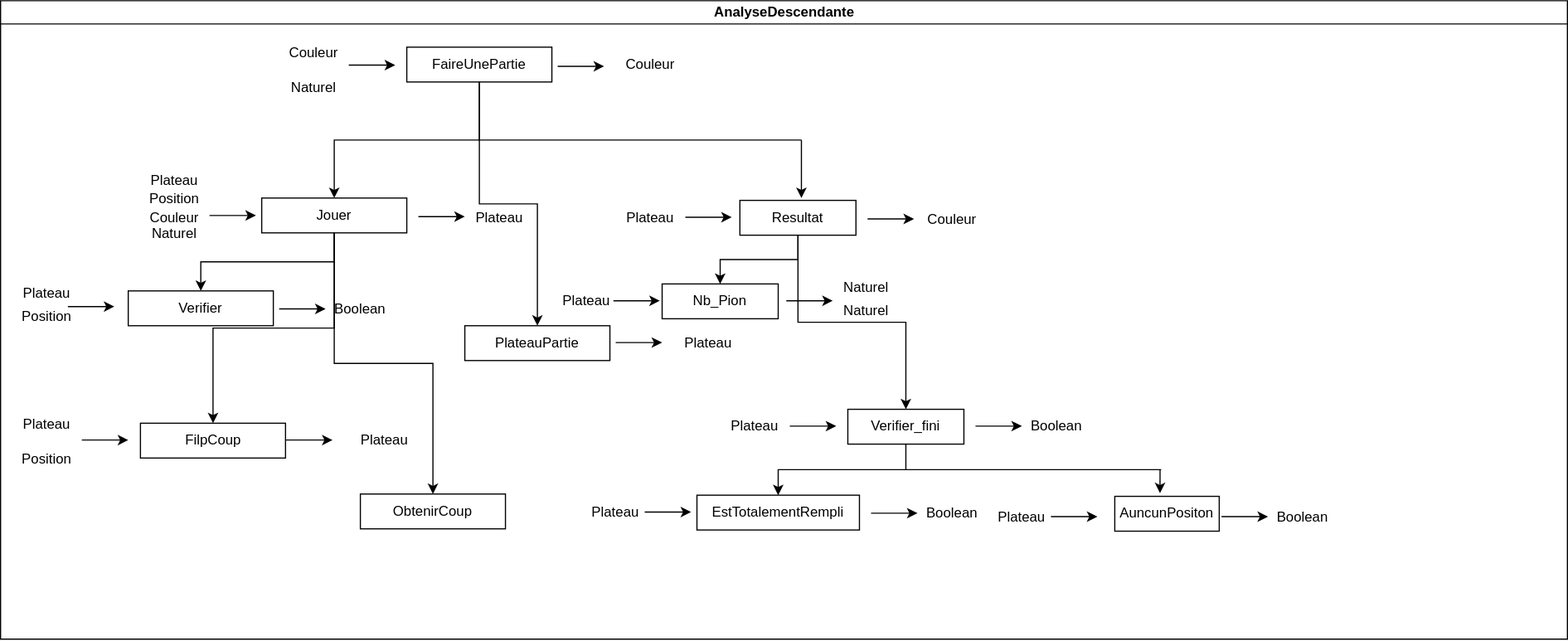
This is rapport/analyse/FaireUnePartie.drawio.svg from Sachawski/othelloiti3, a draw.io export, as it was before one commit. Source tidied: cells renumbered, new cells last; positions are measured from the earlier drawing's top-left corner, leaving out a move shared by most shapes.
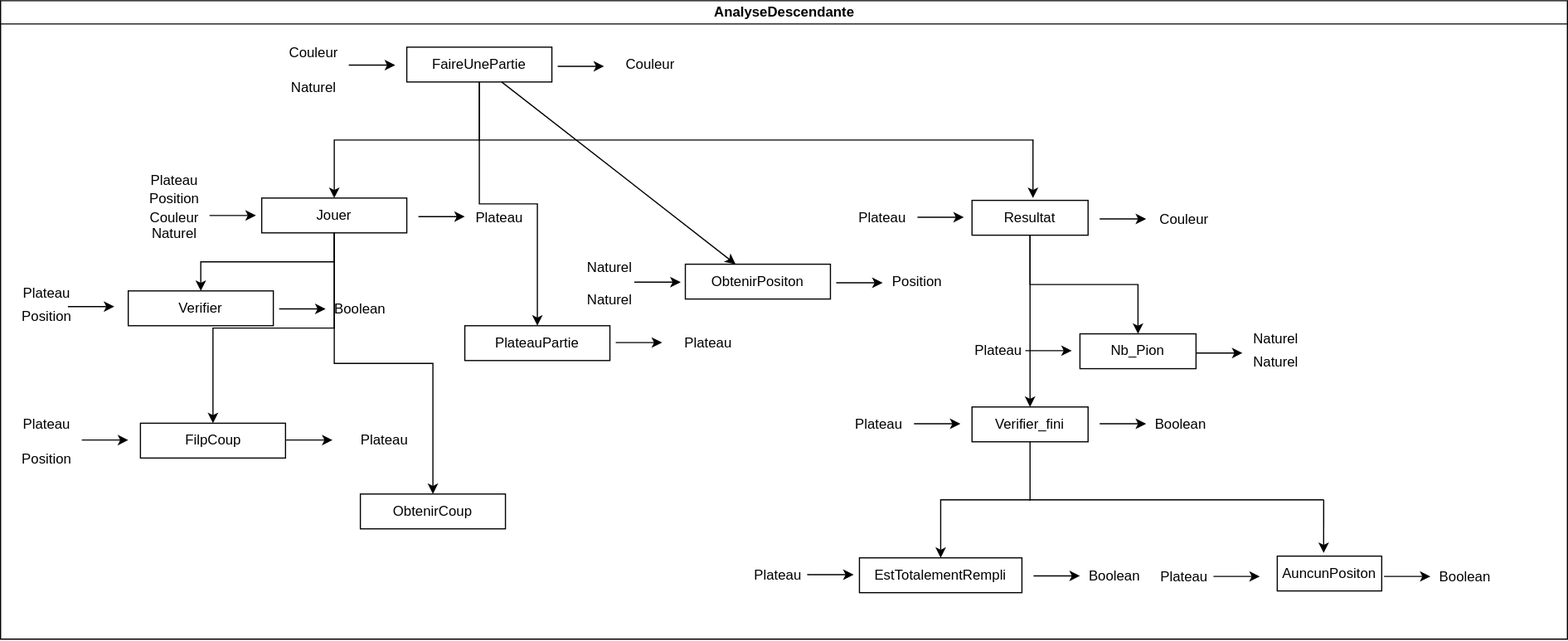
The same diagram one commit later.

Commit message:
ajoutée une fonction

Change to the diagram source:
```diff
@@ -122,109 +122,109 @@
     <mxCell id="34" style="endArrow=none;html=1;rounded=0;" parent="2" edge="1">
       <mxGeometry relative="1" as="geometry">
         <mxPoint x="412" y="120" as="sourcePoint" />
-        <mxPoint x="690" y="120" as="targetPoint" />
+        <mxPoint x="890" y="120" as="targetPoint" />
       </mxGeometry>
     </mxCell>
     <mxCell id="35" value="Resultat" style="rounded=0;whiteSpace=wrap;html=1;" parent="2" vertex="1">
-      <mxGeometry x="637" y="172" width="100" height="30" as="geometry" />
+      <mxGeometry x="837" y="172" width="100" height="30" as="geometry" />
     </mxCell>
     <mxCell id="36" style="endArrow=classic;html=1;rounded=0;" parent="2" edge="1">
       <mxGeometry relative="1" as="geometry">
-        <mxPoint x="690" y="120" as="sourcePoint" />
-        <mxPoint x="690" y="170" as="targetPoint" />
+        <mxPoint x="889.5" y="120" as="sourcePoint" />
+        <mxPoint x="889.5" y="170" as="targetPoint" />
       </mxGeometry>
     </mxCell>
     <mxCell id="37" style="endArrow=classic;html=1;rounded=0;" parent="2" edge="1">
       <mxGeometry relative="1" as="geometry">
-        <mxPoint x="590" y="186.5" as="sourcePoint" />
-        <mxPoint x="630" y="186.5" as="targetPoint" />
+        <mxPoint x="790" y="186.5" as="sourcePoint" />
+        <mxPoint x="830" y="186.5" as="targetPoint" />
       </mxGeometry>
     </mxCell>
     <mxCell id="38" value="Plateau" style="text;html=1;strokeColor=none;fillColor=none;align=center;verticalAlign=middle;whiteSpace=wrap;rounded=0;" parent="2" vertex="1">
-      <mxGeometry x="530" y="172" width="60" height="30" as="geometry" />
+      <mxGeometry x="730" y="172" width="60" height="30" as="geometry" />
     </mxCell>
     <mxCell id="39" style="endArrow=classic;html=1;rounded=0;" parent="2" edge="1">
       <mxGeometry relative="1" as="geometry">
-        <mxPoint x="747" y="188" as="sourcePoint" />
-        <mxPoint x="787" y="188" as="targetPoint" />
+        <mxPoint x="947" y="188" as="sourcePoint" />
+        <mxPoint x="987" y="188" as="targetPoint" />
       </mxGeometry>
     </mxCell>
     <mxCell id="40" value="Couleur" style="text;html=1;strokeColor=none;fillColor=none;align=center;verticalAlign=middle;whiteSpace=wrap;rounded=0;" parent="2" vertex="1">
-      <mxGeometry x="790" y="174" width="60" height="30" as="geometry" />
+      <mxGeometry x="990" y="174" width="60" height="30" as="geometry" />
     </mxCell>
     <mxCell id="41" style="edgeStyle=orthogonalEdgeStyle;rounded=0;jettySize=auto;html=1;" parent="2" edge="1" source="35" target="42">
       <mxGeometry relative="1" as="geometry" />
     </mxCell>
     <mxCell id="42" value="Nb_Pion" style="rounded=0;whiteSpace=wrap;html=1;" parent="2" vertex="1">
-      <mxGeometry x="570" y="244" width="100" height="30" as="geometry" />
+      <mxGeometry x="930" y="287" width="100" height="30" as="geometry" />
     </mxCell>
     <mxCell id="43" value="Plateau" style="text;html=1;strokeColor=none;fillColor=none;align=center;verticalAlign=middle;whiteSpace=wrap;rounded=0;" parent="2" vertex="1">
-      <mxGeometry x="475" y="244" width="60" height="30" as="geometry" />
+      <mxGeometry x="830" y="287" width="60" height="30" as="geometry" />
     </mxCell>
     <mxCell id="44" style="endArrow=classic;html=1;rounded=0;" parent="2" edge="1">
       <mxGeometry relative="1" as="geometry">
-        <mxPoint x="528" y="258.5" as="sourcePoint" />
-        <mxPoint x="568" y="258.5" as="targetPoint" />
+        <mxPoint x="883" y="301.5" as="sourcePoint" />
+        <mxPoint x="923" y="301.5" as="targetPoint" />
       </mxGeometry>
     </mxCell>
     <mxCell id="45" style="endArrow=classic;html=1;rounded=0;" parent="2" edge="1">
       <mxGeometry relative="1" as="geometry">
-        <mxPoint x="677" y="258.5" as="sourcePoint" />
-        <mxPoint x="717" y="258.5" as="targetPoint" />
+        <mxPoint x="1030" y="303.5" as="sourcePoint" />
+        <mxPoint x="1070" y="303.5" as="targetPoint" />
       </mxGeometry>
     </mxCell>
     <mxCell id="46" value="Naturel" style="text;html=1;strokeColor=none;fillColor=none;align=center;verticalAlign=middle;whiteSpace=wrap;rounded=0;" parent="2" vertex="1">
-      <mxGeometry x="716" y="232" width="60" height="30" as="geometry" />
+      <mxGeometry x="1069" y="277" width="60" height="30" as="geometry" />
     </mxCell>
     <mxCell id="47" value="Naturel" style="text;html=1;strokeColor=none;fillColor=none;align=center;verticalAlign=middle;whiteSpace=wrap;rounded=0;" parent="2" vertex="1">
-      <mxGeometry x="716" y="252" width="60" height="30" as="geometry" />
+      <mxGeometry x="1069" y="297" width="60" height="30" as="geometry" />
     </mxCell>
     <mxCell id="48" style="edgeStyle=orthogonalEdgeStyle;rounded=0;jettySize=auto;html=1;" parent="2" edge="1" source="35" target="49">
       <mxGeometry relative="1" as="geometry" />
     </mxCell>
     <mxCell id="49" value="Verifier_fini" style="rounded=0;whiteSpace=wrap;html=1;" parent="2" vertex="1">
-      <mxGeometry x="730" y="352" width="100" height="30" as="geometry" />
+      <mxGeometry x="837" y="350" width="100" height="30" as="geometry" />
     </mxCell>
     <mxCell id="50" style="endArrow=classic;html=1;rounded=0;" parent="2" edge="1">
       <mxGeometry relative="1" as="geometry">
-        <mxPoint x="680" y="366.5" as="sourcePoint" />
-        <mxPoint x="720" y="366.5" as="targetPoint" />
+        <mxPoint x="787" y="364.5" as="sourcePoint" />
+        <mxPoint x="827" y="364.5" as="targetPoint" />
       </mxGeometry>
     </mxCell>
     <mxCell id="51" value="Plateau" style="text;html=1;strokeColor=none;fillColor=none;align=center;verticalAlign=middle;whiteSpace=wrap;rounded=0;" parent="2" vertex="1">
-      <mxGeometry x="620" y="352" width="60" height="30" as="geometry" />
+      <mxGeometry x="727" y="350" width="60" height="30" as="geometry" />
     </mxCell>
     <mxCell id="52" value="Boolean" style="text;html=1;strokeColor=none;fillColor=none;align=center;verticalAlign=middle;whiteSpace=wrap;rounded=0;" parent="2" vertex="1">
-      <mxGeometry x="880" y="352" width="60" height="30" as="geometry" />
+      <mxGeometry x="987" y="350" width="60" height="30" as="geometry" />
     </mxCell>
     <mxCell id="53" style="endArrow=classic;html=1;rounded=0;" parent="2" edge="1">
       <mxGeometry relative="1" as="geometry">
-        <mxPoint x="840" y="366.5" as="sourcePoint" />
-        <mxPoint x="880" y="366.5" as="targetPoint" />
+        <mxPoint x="947" y="364.5" as="sourcePoint" />
+        <mxPoint x="987" y="364.5" as="targetPoint" />
       </mxGeometry>
     </mxCell>
     <mxCell id="54" style="edgeStyle=orthogonalEdgeStyle;rounded=0;jettySize=auto;html=1;" parent="2" edge="1" source="49" target="55">
       <mxGeometry relative="1" as="geometry" />
     </mxCell>
     <mxCell id="55" value="EstTotalementRempli" style="rounded=0;whiteSpace=wrap;html=1;" parent="2" vertex="1">
-      <mxGeometry x="600" y="426" width="140" height="30" as="geometry" />
+      <mxGeometry x="740" y="480" width="140" height="30" as="geometry" />
     </mxCell>
     <mxCell id="56" style="endArrow=classic;html=1;rounded=0;" parent="2" edge="1">
       <mxGeometry relative="1" as="geometry">
-        <mxPoint x="555" y="440.5" as="sourcePoint" />
-        <mxPoint x="595" y="440.5" as="targetPoint" />
+        <mxPoint x="695" y="494.5" as="sourcePoint" />
+        <mxPoint x="735" y="494.5" as="targetPoint" />
       </mxGeometry>
     </mxCell>
     <mxCell id="57" value="Plateau" style="text;html=1;strokeColor=none;fillColor=none;align=center;verticalAlign=middle;whiteSpace=wrap;rounded=0;" parent="2" vertex="1">
-      <mxGeometry x="500" y="426" width="60" height="30" as="geometry" />
+      <mxGeometry x="640" y="480" width="60" height="30" as="geometry" />
     </mxCell>
     <mxCell id="58" value="Boolean" style="text;html=1;strokeColor=none;fillColor=none;align=center;verticalAlign=middle;whiteSpace=wrap;rounded=0;" parent="2" vertex="1">
-      <mxGeometry x="790" y="427" width="60" height="30" as="geometry" />
+      <mxGeometry x="930" y="481" width="60" height="30" as="geometry" />
     </mxCell>
     <mxCell id="59" style="endArrow=classic;html=1;rounded=0;" parent="2" edge="1">
       <mxGeometry relative="1" as="geometry">
-        <mxPoint x="750" y="441.5" as="sourcePoint" />
-        <mxPoint x="790" y="441.5" as="targetPoint" />
+        <mxPoint x="890" y="495.5" as="sourcePoint" />
+        <mxPoint x="930" y="495.5" as="targetPoint" />
       </mxGeometry>
     </mxCell>
     <mxCell id="60" style="edgeStyle=orthogonalEdgeStyle;rounded=0;jettySize=auto;html=1;" parent="2" edge="1" source="20" target="61">
@@ -246,36 +246,64 @@
       </mxGeometry>
     </mxCell>
     <mxCell id="64" value="Plateau" style="text;html=1;strokeColor=none;fillColor=none;align=center;verticalAlign=middle;whiteSpace=wrap;rounded=0;" parent="2" vertex="1">
-      <mxGeometry x="850" y="430" width="60" height="30" as="geometry" />
+      <mxGeometry x="990" y="481.5" width="60" height="30" as="geometry" />
     </mxCell>
     <mxCell id="65" style="endArrow=classic;html=1;rounded=0;" parent="2" edge="1">
       <mxGeometry relative="1" as="geometry">
-        <mxPoint x="905" y="444.5" as="sourcePoint" />
-        <mxPoint x="945" y="444.5" as="targetPoint" />
+        <mxPoint x="1045" y="496" as="sourcePoint" />
+        <mxPoint x="1085" y="496" as="targetPoint" />
       </mxGeometry>
     </mxCell>
     <mxCell id="66" value="Boolean" style="text;html=1;strokeColor=none;fillColor=none;align=center;verticalAlign=middle;whiteSpace=wrap;rounded=0;" parent="2" vertex="1">
-      <mxGeometry x="1092" y="430" width="60" height="30" as="geometry" />
+      <mxGeometry x="1232" y="481.5" width="60" height="30" as="geometry" />
     </mxCell>
     <mxCell id="67" style="endArrow=classic;html=1;rounded=0;" parent="2" edge="1">
       <mxGeometry relative="1" as="geometry">
-        <mxPoint x="1052" y="444.5" as="sourcePoint" />
-        <mxPoint x="1092" y="444.5" as="targetPoint" />
+        <mxPoint x="1192" y="496" as="sourcePoint" />
+        <mxPoint x="1232" y="496" as="targetPoint" />
       </mxGeometry>
     </mxCell>
     <mxCell id="68" style="endArrow=none;html=1;rounded=0;" parent="2" edge="1">
       <mxGeometry relative="1" as="geometry">
-        <mxPoint x="780" y="404" as="sourcePoint" />
-        <mxPoint x="1000" y="404" as="targetPoint" />
+        <mxPoint x="886" y="430" as="sourcePoint" />
+        <mxPoint x="1140" y="430" as="targetPoint" />
       </mxGeometry>
     </mxCell>
-    <mxCell id="69" style="endArrow=classic;html=1;rounded=0;entryX=0.433;entryY=-0.09;entryDx=0;entryDy=0;entryPerimeter=0;" parent="2" edge="1" target="70">
+    <mxCell id="69" style="endArrow=classic;html=1;rounded=0;entryX=0.433;entryY=-0.09;entryDx=0;entryDy=0;entryPerimeter=0;" parent="2" edge="1">
       <mxGeometry relative="1" as="geometry">
-        <mxPoint x="999" y="404" as="sourcePoint" />
+        <mxPoint x="1140" y="430" as="sourcePoint" />
+        <mxPoint x="1140" y="475.8" as="targetPoint" />
       </mxGeometry>
     </mxCell>
     <mxCell id="70" value="AuncunPositon" style="rounded=0;whiteSpace=wrap;html=1;" parent="2" vertex="1">
-      <mxGeometry x="960" y="427" width="90" height="30" as="geometry" />
+      <mxGeometry x="1100" y="478.5" width="90" height="30" as="geometry" />
     </mxCell>
+    <mxCell id="71" style="edgeStyle=none;html=1;" parent="2" edge="1" source="3" target="72">
+      <mxGeometry relative="1" as="geometry" />
+    </mxCell>
+    <mxCell id="72" value="ObtenirPositon" style="rounded=0;whiteSpace=wrap;html=1;" parent="2" vertex="1">
+      <mxGeometry x="590" y="227" width="125" height="30" as="geometry" />
+    </mxCell>
+    <mxCell id="73" value="Naturel" style="text;html=1;strokeColor=none;fillColor=none;align=center;verticalAlign=middle;whiteSpace=wrap;rounded=0;" parent="2" vertex="1">
+      <mxGeometry x="505" y="217" width="40" height="26" as="geometry" />
+    </mxCell>
+    <mxCell id="74" value="Naturel" style="text;html=1;strokeColor=none;fillColor=none;align=center;verticalAlign=middle;whiteSpace=wrap;rounded=0;" parent="2" vertex="1">
+      <mxGeometry x="505" y="244" width="40" height="28" as="geometry" />
+    </mxCell>
+    <mxCell id="75" style="endArrow=classic;html=1;rounded=0;" parent="2" edge="1">
+      <mxGeometry relative="1" as="geometry">
+        <mxPoint x="720" y="243" as="sourcePoint" />
+        <mxPoint x="760" y="243" as="targetPoint" />
+      </mxGeometry>
+    </mxCell>
+    <mxCell id="76" value="Position" style="text;html=1;strokeColor=none;fillColor=none;align=center;verticalAlign=middle;whiteSpace=wrap;rounded=0;" parent="2" vertex="1">
+      <mxGeometry x="760" y="227" width="60" height="30" as="geometry" />
+    </mxCell>
+    <mxCell id="77" style="endArrow=classic;html=1;rounded=0;" parent="1" edge="1">
+      <mxGeometry relative="1" as="geometry">
+        <mxPoint x="546" y="242.5" as="sourcePoint" />
+        <mxPoint x="586" y="242.5" as="targetPoint" />
+      </mxGeometry>
+    </mxCell>
   </root>
 </mxGraphModel>
```
